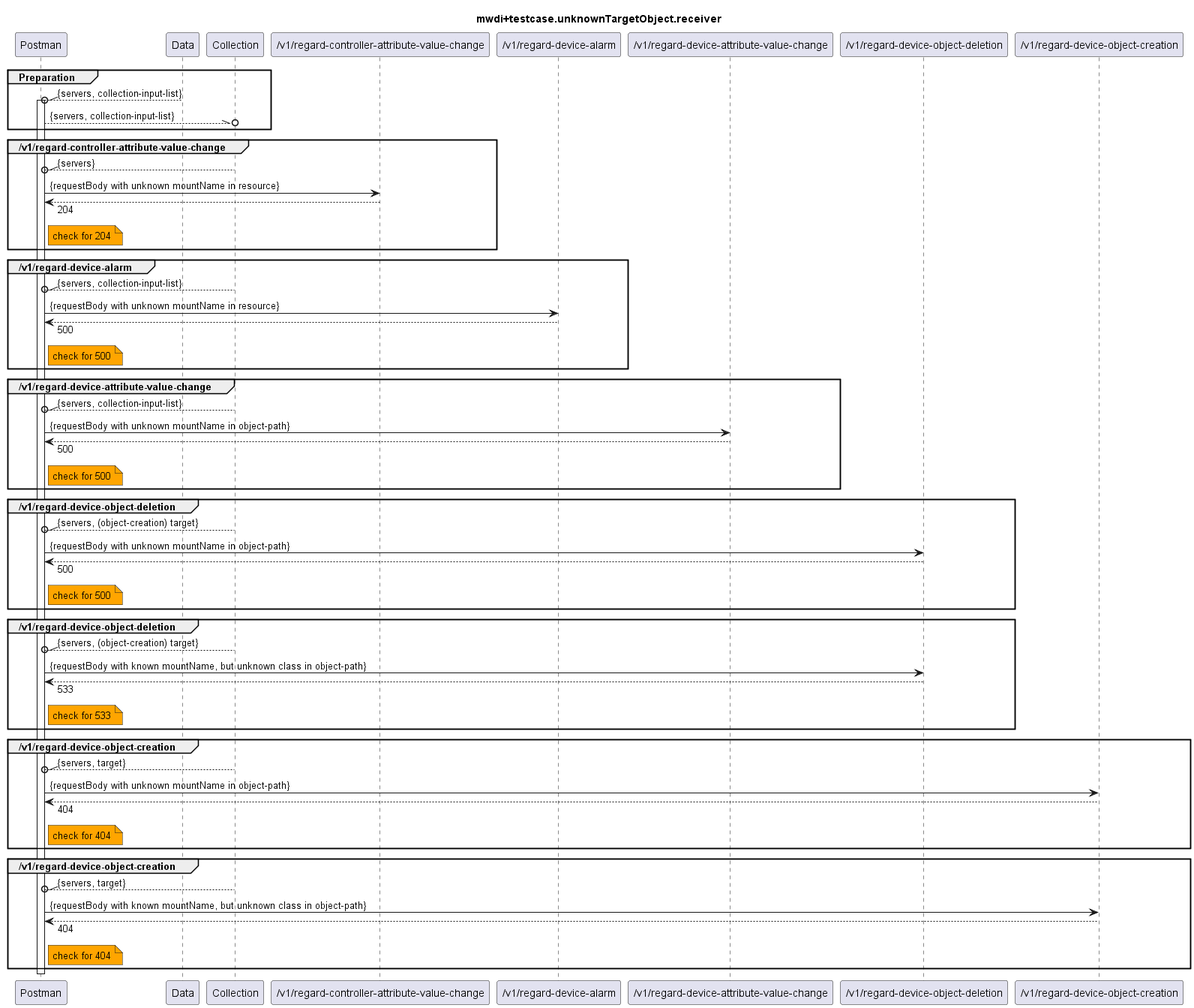
This is testing/2_functional/unknownTargetObject/v2.0.1/Receiver/mwdi+diagram.unknownTargetObject.receiver.png from openBackhaul/MicroWaveDeviceInventory, a PlantUML export, as it was before one commit.
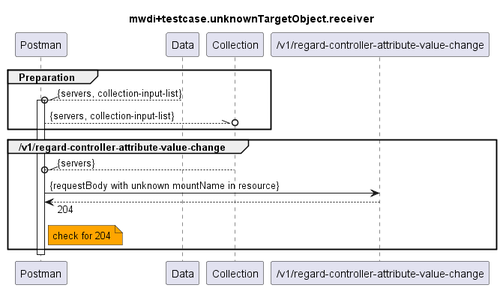
Above is the later version.

The edit, as a diff of the source:
```diff
@@ -10,10 +10,6 @@
 participant "Collection" as Collection
 
 participant "/v1/regard-controller-attribute-value-change" as RCAVC
-participant "/v1/regard-device-alarm" as RDA
-participant "/v1/regard-device-attribute-value-change" as RDAVC
-participant "/v1/regard-device-object-deletion" as RDOD
-participant "/v1/regard-device-object-creation" as RDOC
 
 group Preparation
   Data --\\o Postman : {servers, collection-input-list}
@@ -30,60 +26,6 @@
   end note
 end
 
-group /v1/regard-device-alarm
-  Collection --\\o Postman : {servers, collection-input-list}
-  Postman -> RDA : {requestBody with unknown mountName in resource}
-  Postman <-- RDA : 500
-  note right Postman #Orange
-    check for 500
-  end note
-end
-
-group /v1/regard-device-attribute-value-change
-  Collection --\\o Postman : {servers, collection-input-list}
-  Postman -> RDAVC : {requestBody with unknown mountName in object-path}
-  Postman <-- RDAVC : 500
-  note right Postman #Orange
-    check for 500
-  end note
-end
-
-group /v1/regard-device-object-deletion
-  Collection --\\o Postman : {servers, (object-creation) target}
-  Postman -> RDOD : {requestBody with unknown mountName in object-path}
-  Postman <-- RDOD : 500
-  note right Postman #Orange
-    check for 500
-  end note
-end
-
-group /v1/regard-device-object-deletion
-  Collection --\\o Postman : {servers, (object-creation) target}
-  Postman -> RDOD : {requestBody with known mountName, but unknown class in object-path}
-  Postman <-- RDOD : 533
-  note right Postman #Orange
-    check for 533
-  end note
-end
-
-group /v1/regard-device-object-creation
-  Collection --\\o Postman : {servers, target}
-  Postman -> RDOC : {requestBody with unknown mountName in object-path}
-  Postman <-- RDOC : 404
-  note right Postman #Orange
-    check for 404
-  end note
-end
-
-group /v1/regard-device-object-creation
-  Collection --\\o Postman : {servers, target}
-  Postman -> RDOC : {requestBody with known mountName, but unknown class in object-path}
-  Postman <-- RDOC : 404
-  note right Postman #Orange
-    check for 404
-  end note
-end
-
 deactivate Postman
 
 @enduml
```
